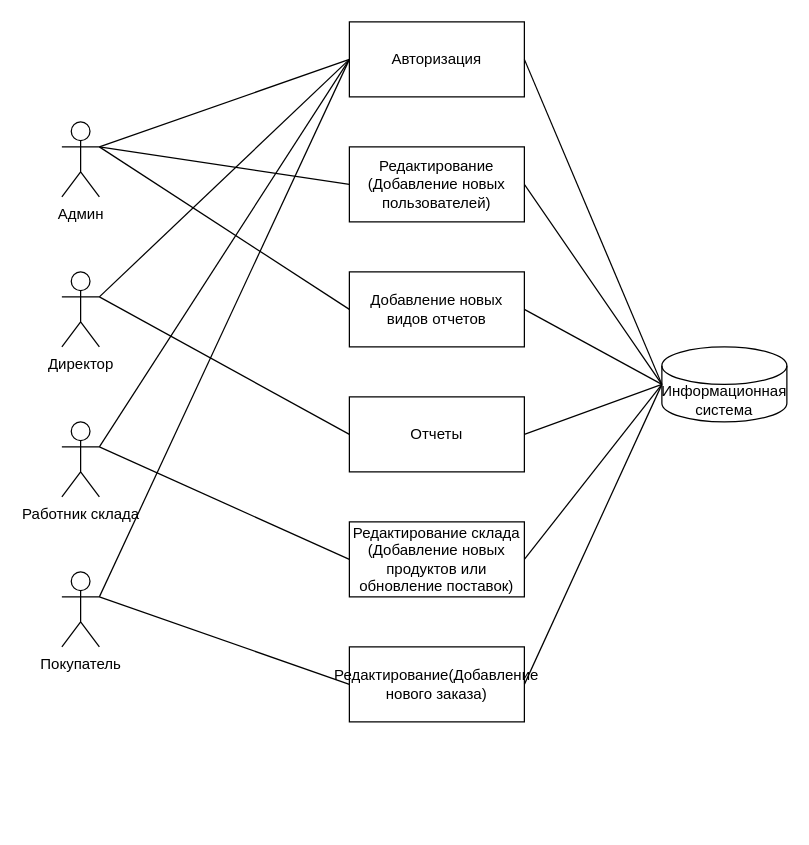
1790691720/BMSTU-Studing keeps this draw.io diagram as 5 Term/Data Bases coursework/Варианты использования.drawio. Above is the earlier version. Source tidied: cells renumbered, new cells numbered last; positions are measured from the earlier drawing's top-left corner, leaving out a move shared by most shapes. Both pictures are drawn from the tidied source at 125%, with x=0, y=0 at pixel (61, 21).
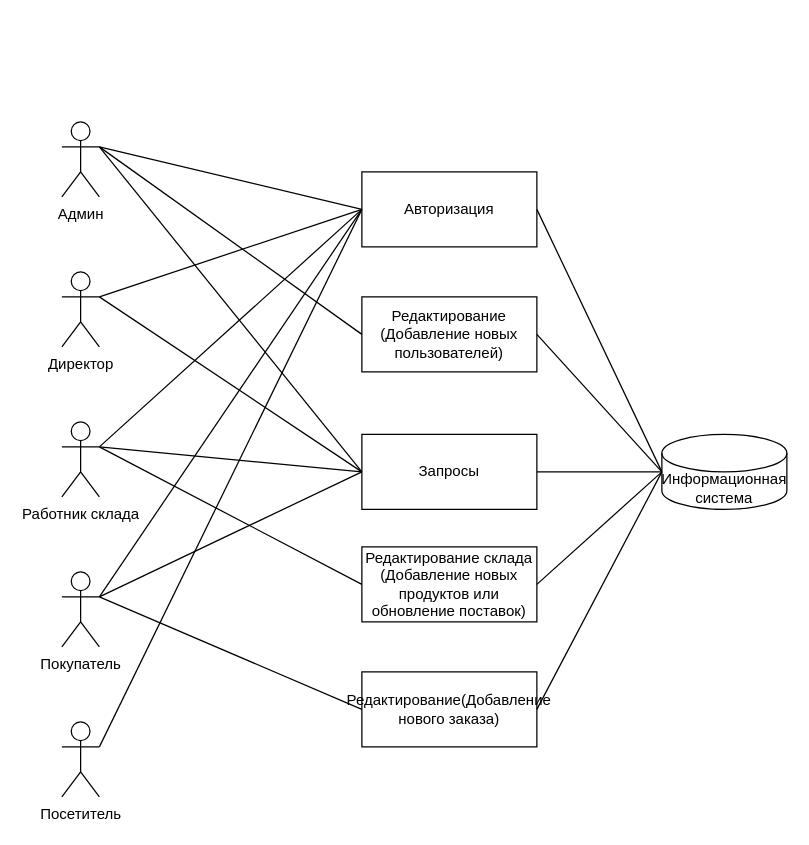
The same page after the edit.

Commit message:
5 Term Data Bases coursework Варианты использования Update

The change refers to these unchanged cells:
```xml
<mxCell id="2" value="Админ" style="shape=umlActor;verticalLabelPosition=bottom;verticalAlign=top;html=1;outlineConnect=0;" parent="1" vertex="1">
  <mxGeometry y="80" width="30" height="60" as="geometry" />
</mxCell>
<mxCell id="3" value="Директор" style="shape=umlActor;verticalLabelPosition=bottom;verticalAlign=top;html=1;outlineConnect=0;" parent="1" vertex="1">
  <mxGeometry y="200" width="30" height="60" as="geometry" />
</mxCell>
<mxCell id="4" value="Работник склада" style="shape=umlActor;verticalLabelPosition=bottom;verticalAlign=top;html=1;outlineConnect=0;" parent="1" vertex="1">
  <mxGeometry y="320" width="30" height="60" as="geometry" />
</mxCell>
<mxCell id="5" value="Покупатель" style="shape=umlActor;verticalLabelPosition=bottom;verticalAlign=top;html=1;outlineConnect=0;" parent="1" vertex="1">
  <mxGeometry y="440" width="30" height="60" as="geometry" />
</mxCell>
```

What changed in the source:
```diff
@@
-    <mxCell id="6" value="Отчеты" style="rounded=0;whiteSpace=wrap;html=1;" parent="1" vertex="1">
-      <mxGeometry x="230" y="300" width="140" height="60" as="geometry" />
-    </mxCell>
     <mxCell id="7" value="Редактирование&lt;br&gt;(Добавление новых пользователей)" style="rounded=0;whiteSpace=wrap;html=1;" parent="1" vertex="1">
-      <mxGeometry x="230" y="100" width="140" height="60" as="geometry" />
+      <mxGeometry x="240" y="220" width="140" height="60" as="geometry" />
     </mxCell>
     <mxCell id="8" value="Редактирование склада&lt;br&gt;(Добавление новых продуктов или обновление поставок)" style="rounded=0;whiteSpace=wrap;html=1;" parent="1" vertex="1">
-      <mxGeometry x="230" y="400" width="140" height="60" as="geometry" />
+      <mxGeometry x="240" y="420" width="140" height="60" as="geometry" />
     </mxCell>
     <mxCell id="9" value="Авторизация" style="rounded=0;whiteSpace=wrap;html=1;" parent="1" vertex="1">
-      <mxGeometry x="230" width="140" height="60" as="geometry" />
+      <mxGeometry x="240" y="120" width="140" height="60" as="geometry" />
     </mxCell>
     <mxCell id="10" value="Редактирование(Добавление нового заказа)" style="rounded=0;whiteSpace=wrap;html=1;" parent="1" vertex="1">
-      <mxGeometry x="230" y="500" width="140" height="60" as="geometry" />
+      <mxGeometry x="240" y="520" width="140" height="60" as="geometry" />
     </mxCell>
     <mxCell id="11" value="Информационная система" style="shape=cylinder3;whiteSpace=wrap;html=1;boundedLbl=1;backgroundOutline=1;size=15;" parent="1" vertex="1">
-      <mxGeometry x="480" y="260" width="100" height="60" as="geometry" />
+      <mxGeometry x="480" y="330" width="100" height="60" as="geometry" />
     </mxCell>
@@
-    <mxCell id="17" style="endArrow=none;html=1;exitX=1;exitY=0.3333333333333333;exitDx=0;exitDy=0;exitPerimeter=0;entryX=0;entryY=0.5;entryDx=0;entryDy=0;" parent="1" edge="1" source="2" target="18">
-      <mxGeometry relative="1" as="geometry" />
-    </mxCell>
-    <mxCell id="18" value="Добавление новых видов отчетов" style="rounded=0;whiteSpace=wrap;html=1;" parent="1" vertex="1">
-      <mxGeometry x="230" y="200" width="140" height="60" as="geometry" />
-    </mxCell>
-    <mxCell id="19" style="endArrow=none;html=1;exitX=1;exitY=0.3333333333333333;exitDx=0;exitDy=0;exitPerimeter=0;entryX=0;entryY=0.5;entryDx=0;entryDy=0;" parent="1" edge="1" source="3" target="6">
+    <mxCell id="19" style="endArrow=none;html=1;exitX=1;exitY=0.3333333333333333;exitDx=0;exitDy=0;exitPerimeter=0;entryX=0;entryY=0.5;entryDx=0;entryDy=0;" parent="1" edge="1" source="3" target="28">
       <mxGeometry relative="1" as="geometry" />
     </mxCell>
@@
-    <mxCell id="24" style="endArrow=none;html=1;exitX=1;exitY=0.5;exitDx=0;exitDy=0;entryX=0;entryY=0.5;entryDx=0;entryDy=0;entryPerimeter=0;" parent="1" edge="1" source="18" target="11">
-      <mxGeometry relative="1" as="geometry" />
-    </mxCell>
-    <mxCell id="25" style="endArrow=none;html=1;exitX=1;exitY=0.5;exitDx=0;exitDy=0;entryX=0;entryY=0.5;entryDx=0;entryDy=0;entryPerimeter=0;" parent="1" edge="1" source="6" target="11">
-      <mxGeometry relative="1" as="geometry" />
-    </mxCell>
@@
+    <mxCell id="28" value="Запросы" style="rounded=0;whiteSpace=wrap;html=1;" parent="1" vertex="1">
+      <mxGeometry x="240" y="330" width="140" height="60" as="geometry" />
+    </mxCell>
+    <mxCell id="29" style="endArrow=none;html=1;exitX=1;exitY=0.3333333333333333;exitDx=0;exitDy=0;exitPerimeter=0;entryX=0;entryY=0.5;entryDx=0;entryDy=0;" parent="1" edge="1" source="4" target="28">
+      <mxGeometry relative="1" as="geometry" />
+    </mxCell>
+    <mxCell id="30" style="endArrow=none;html=1;exitX=1;exitY=0.3333333333333333;exitDx=0;exitDy=0;exitPerimeter=0;entryX=0;entryY=0.5;entryDx=0;entryDy=0;" parent="1" edge="1" source="5" target="28">
+      <mxGeometry relative="1" as="geometry" />
+    </mxCell>
+    <mxCell id="31" style="endArrow=none;html=1;exitX=1;exitY=0.3333333333333333;exitDx=0;exitDy=0;exitPerimeter=0;entryX=0;entryY=0.5;entryDx=0;entryDy=0;" parent="1" edge="1" source="2" target="28">
+      <mxGeometry relative="1" as="geometry" />
+    </mxCell>
+    <mxCell id="32" value="Посетитель" style="shape=umlActor;verticalLabelPosition=bottom;verticalAlign=top;html=1;outlineConnect=0;" parent="1" vertex="1">
+      <mxGeometry y="560" width="30" height="60" as="geometry" />
+    </mxCell>
+    <mxCell id="33" style="endArrow=none;html=1;exitX=1;exitY=0.3333333333333333;exitDx=0;exitDy=0;exitPerimeter=0;entryX=0;entryY=0.5;entryDx=0;entryDy=0;" parent="1" edge="1" source="32" target="9">
+      <mxGeometry relative="1" as="geometry" />
+    </mxCell>
+    <mxCell id="34" style="endArrow=none;html=1;exitX=1;exitY=0.5;exitDx=0;exitDy=0;entryX=0;entryY=0.5;entryDx=0;entryDy=0;entryPerimeter=0;" parent="1" edge="1" source="28" target="11">
+      <mxGeometry relative="1" as="geometry" />
+    </mxCell>
```
